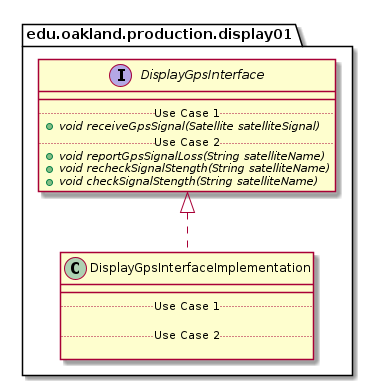
Earlier version of the PlantUML export docs/uml-class-diagrams/display01/production/DisplayGpsInterfaceImplementation/DisplayGpsInterfaceImplementation_DirectDependencies.png (elilley15/csi-3370-software-project). Its diagram source:
```plantuml
@startuml DisplayGpsInterfaceImplementation_DirectDependencies


package edu.oakland.production.display01 {
    class DisplayGpsInterfaceImplementation {
        __
        .. Use Case 1 ..

        .. Use Case 2 ..

    }
}



package edu.oakland.production.display01 {
    interface DisplayGpsInterface {
        __
        .. Use Case 1 ..
        {abstract} + void receiveGpsSignal(Satellite satelliteSignal)
        .. Use Case 2 ..
        {abstract} + void reportGpsSignalLoss(String satelliteName)
        {abstract} + void recheckSignalStength(String satelliteName)
        {abstract} + void checkSignalStength(String satelliteName)
    }
}

DisplayGpsInterfaceImplementation .up.|> DisplayGpsInterface





@enduml
```
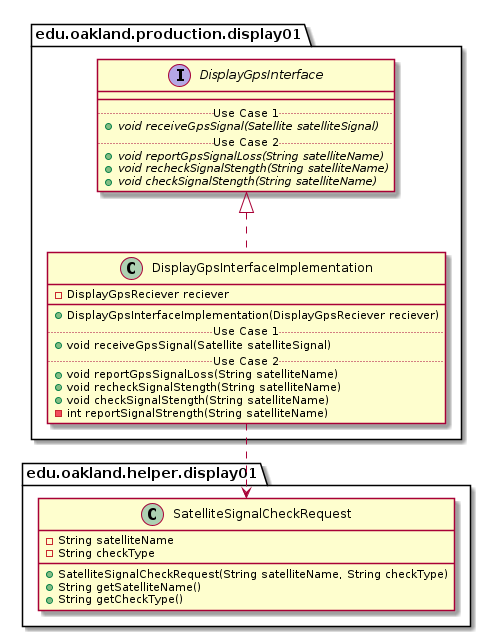
After the commit.

Diff of the diagram source:
```diff
@@ -1,13 +1,19 @@
 @startuml DisplayGpsInterfaceImplementation_DirectDependencies
+
 
 
 package edu.oakland.production.display01 {
     class DisplayGpsInterfaceImplementation {
+        - DisplayGpsReciever reciever
         __
+        + DisplayGpsInterfaceImplementation(DisplayGpsReciever reciever)
         .. Use Case 1 ..
-
+        + void receiveGpsSignal(Satellite satelliteSignal)
         .. Use Case 2 ..
-
+        + void reportGpsSignalLoss(String satelliteName)
+        + void recheckSignalStength(String satelliteName)
+        + void checkSignalStength(String satelliteName)
+        - int reportSignalStrength(String satelliteName)
     }
 }
 
@@ -28,6 +34,17 @@
 DisplayGpsInterfaceImplementation .up.|> DisplayGpsInterface
 
 
+package edu.oakland.helper.display01 {
+    class SatelliteSignalCheckRequest {
+        - String satelliteName
+        - String checkType
+        + SatelliteSignalCheckRequest(String satelliteName, String checkType)
+        + String getSatelliteName()
+        + String getCheckType()
+    }
+}
+
+DisplayGpsInterfaceImplementation ..> SatelliteSignalCheckRequest
 
 
 
```
